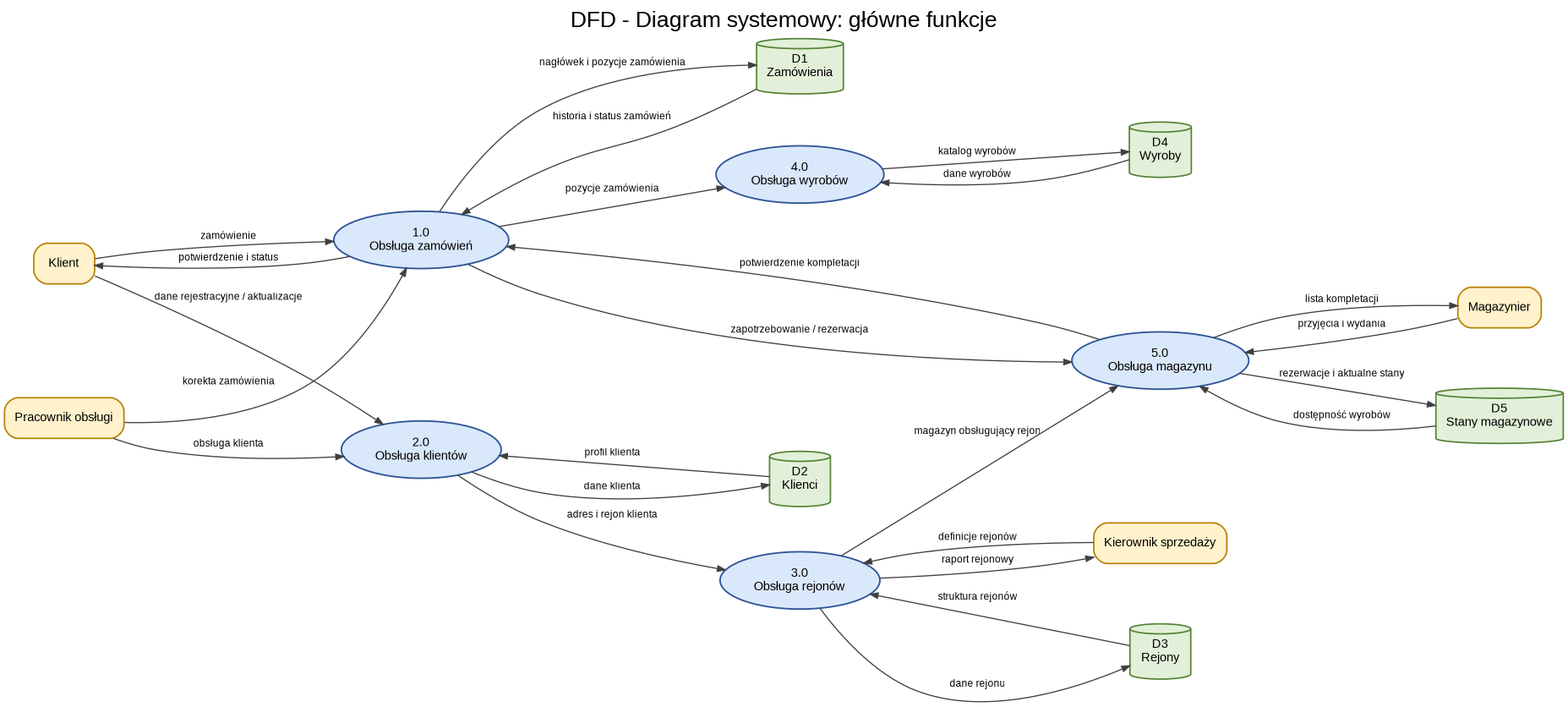
Above: inzynieria/cwiczenie_6_diagramy/dfd_02_systemowy.png in kubatrojanowski538-create/prz (Graphviz), before the change. Its source is kept beside it as inzynieria/cwiczenie_6_diagramy/dfd_02_systemowy.dot. The source it was exported from:
```dot
digraph G {
  graph [
    rankdir=LR,
    splines=true,
    nodesep=0.55,
    ranksep=0.75,
    bgcolor="white",
    labelloc="t",
    label="DFD - Diagram systemowy: główne funkcje",
    fontname="Arial",
    fontsize=20,
    compound=true
  ];
  node [fontname="Arial", fontsize=11, margin="0.12,0.08"];
  edge [fontname="Arial", fontsize=9, color="#3f3f3f", arrowsize=0.7];

  node [shape=box, style="rounded,filled", fillcolor="#fff2cc", color="#b57f00", penwidth=1.3];
  klient [label="Klient"];
  pracownik [label="Pracownik obsługi"];
  magazynier [label="Magazynier"];
  kierownik [label="Kierownik sprzedaży"];
  node [shape=ellipse, style="filled", fillcolor="#dae8fc", color="#2f5597", penwidth=1.4];
  p1 [label="1.0\nObsługa zamówień"];
  p2 [label="2.0\nObsługa klientów"];
  p3 [label="3.0\nObsługa rejonów"];
  p4 [label="4.0\nObsługa wyrobów"];
  p5 [label="5.0\nObsługa magazynu"];
  node [shape=cylinder, style="filled", fillcolor="#e2f0d9", color="#548235", penwidth=1.3];
  d1 [label="D1\nZamówienia"];
  d2 [label="D2\nKlienci"];
  d3 [label="D3\nRejony"];
  d4 [label="D4\nWyroby"];
  d5 [label="D5\nStany magazynowe"];
  klient -> p2 [label="dane rejestracyjne / aktualizacje"];
  p2 -> d2 [label="dane klienta"];
  d2 -> p2 [label="profil klienta"];
  p2 -> p3 [label="adres i rejon klienta"];
  klient -> p1 [label="zamówienie"];
  p1 -> d1 [label="nagłówek i pozycje zamówienia"];
  d1 -> p1 [label="historia i status zamówień"];
  p1 -> p4 [label="pozycje zamówienia"];
  p4 -> d4 [label="katalog wyrobów"];
  d4 -> p4 [label="dane wyrobów"];
  p1 -> p5 [label="zapotrzebowanie / rezerwacja"];
  p5 -> d5 [label="rezerwacje i aktualne stany"];
  d5 -> p5 [label="dostępność wyrobów"];
  p5 -> p1 [label="potwierdzenie kompletacji"];
  p1 -> klient [label="potwierdzenie i status"];
  pracownik -> p1 [label="korekta zamówienia"];
  pracownik -> p2 [label="obsługa klienta"];
  kierownik -> p3 [label="definicje rejonów"];
  p3 -> d3 [label="dane rejonu"];
  d3 -> p3 [label="struktura rejonów"];
  p3 -> p5 [label="magazyn obsługujący rejon"];
  magazynier -> p5 [label="przyjęcia i wydania"];
  p5 -> magazynier [label="lista kompletacji"];
  p3 -> kierownik [label="raport rejonowy"];
}
```
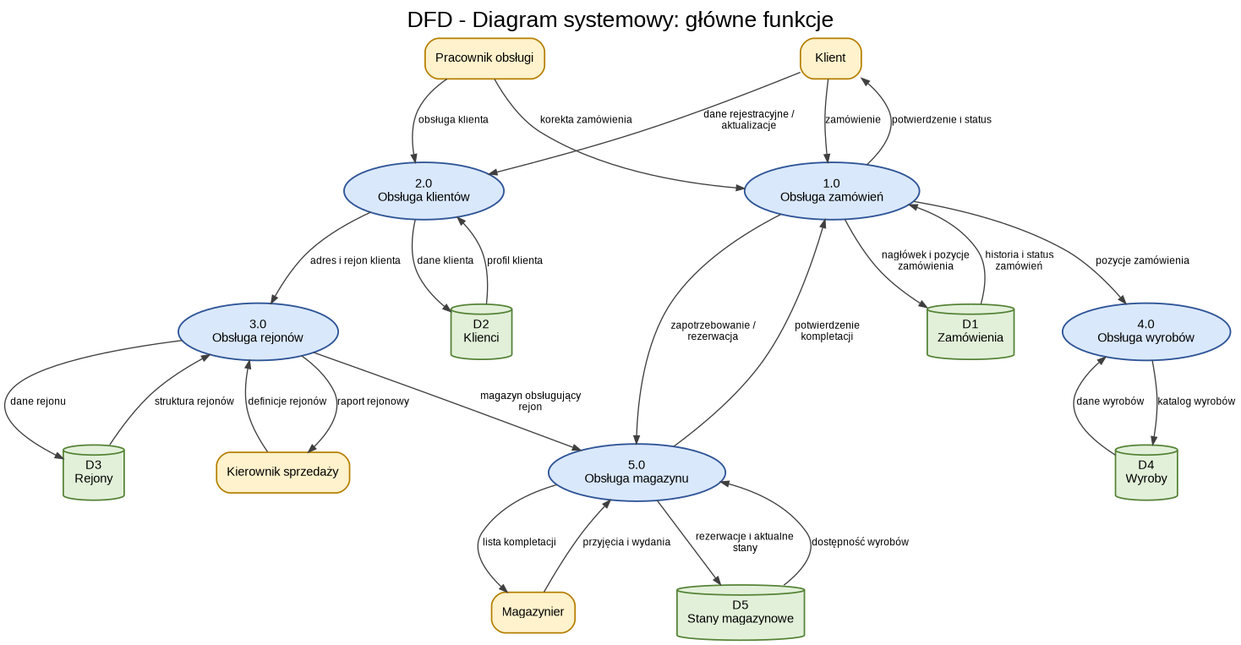
After the change.

What changed in the source:
```diff
@@ -1,6 +1,6 @@
 digraph G {
   graph [
-    rankdir=LR,
+    rankdir=TB,
     splines=true,
     nodesep=0.55,
     ranksep=0.75,
@@ -31,27 +31,27 @@
   d3 [label="D3\nRejony"];
   d4 [label="D4\nWyroby"];
   d5 [label="D5\nStany magazynowe"];
-  klient -> p2 [label="dane rejestracyjne / aktualizacje"];
+  klient -> p2 [label="dane rejestracyjne /\naktualizacje"];
   p2 -> d2 [label="dane klienta"];
   d2 -> p2 [label="profil klienta"];
   p2 -> p3 [label="adres i rejon klienta"];
   klient -> p1 [label="zamówienie"];
-  p1 -> d1 [label="nagłówek i pozycje zamówienia"];
-  d1 -> p1 [label="historia i status zamówień"];
+  p1 -> d1 [label="nagłówek i pozycje\nzamówienia"];
+  d1 -> p1 [label="historia i status\nzamówień"];
   p1 -> p4 [label="pozycje zamówienia"];
   p4 -> d4 [label="katalog wyrobów"];
   d4 -> p4 [label="dane wyrobów"];
-  p1 -> p5 [label="zapotrzebowanie / rezerwacja"];
-  p5 -> d5 [label="rezerwacje i aktualne stany"];
+  p1 -> p5 [label="zapotrzebowanie /\nrezerwacja"];
+  p5 -> d5 [label="rezerwacje i aktualne\nstany"];
   d5 -> p5 [label="dostępność wyrobów"];
-  p5 -> p1 [label="potwierdzenie kompletacji"];
+  p5 -> p1 [label="potwierdzenie\nkompletacji"];
   p1 -> klient [label="potwierdzenie i status"];
   pracownik -> p1 [label="korekta zamówienia"];
   pracownik -> p2 [label="obsługa klienta"];
   kierownik -> p3 [label="definicje rejonów"];
   p3 -> d3 [label="dane rejonu"];
   d3 -> p3 [label="struktura rejonów"];
-  p3 -> p5 [label="magazyn obsługujący rejon"];
+  p3 -> p5 [label="magazyn obsługujący\nrejon"];
   magazynier -> p5 [label="przyjęcia i wydania"];
   p5 -> magazynier [label="lista kompletacji"];
   p3 -> kierownik [label="raport rejonowy"];
```
